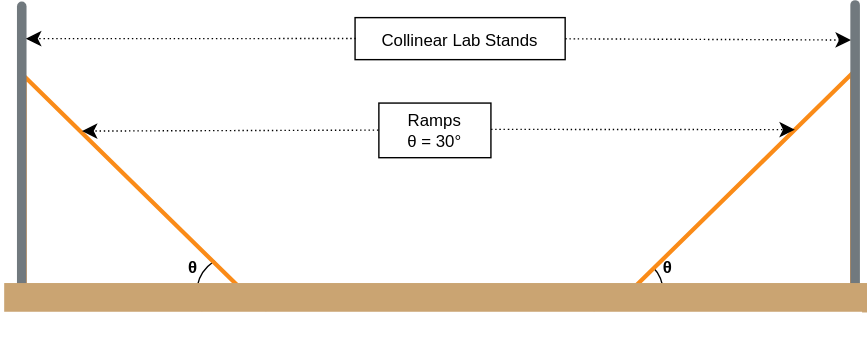
This is laboratory_setup_step2.svg from Z1aaan/physics-experiment-paper, a draw.io export, as it was before one commit. Source tidied: cells renumbered, new cells last; positions are measured from the earlier drawing's top-left corner, leaving out a move shared by most shapes.
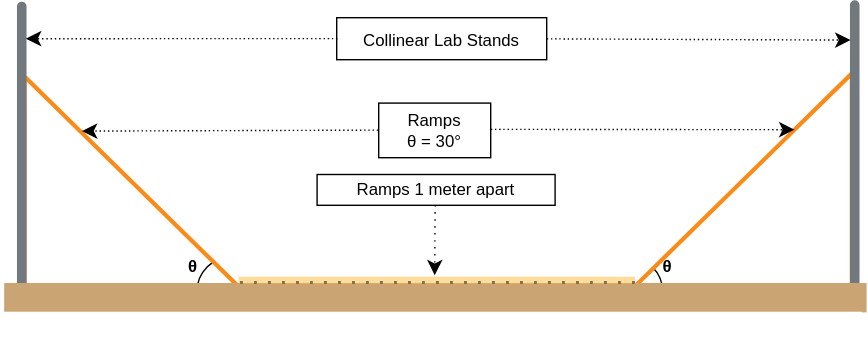
After the change.

Diff of the diagram source:
```diff
@@ -45,7 +45,7 @@
       <mxGeometry x="93" y="210" width="615" height="20" as="geometry" />
     </mxCell>
     <mxCell id="16" value="&lt;font style=&quot;font-size: 12px;&quot;&gt;Collinear Lab Stands&lt;/font&gt;" style="rounded=0;whiteSpace=wrap;html=1;fontSize=16;strokeWidth=1;" parent="1" vertex="1">
-      <mxGeometry x="346" width="150" height="30" as="geometry" />
+      <mxGeometry x="333" width="150" height="30" as="geometry" />
     </mxCell>
     <mxCell id="17" style="endArrow=classic;html=1;rounded=0;fontSize=12;startSize=8;endSize=8;curved=1;exitX=0.003;exitY=0.498;exitDx=0;exitDy=0;exitPerimeter=0;entryX=0.123;entryY=0.064;entryDx=0;entryDy=0;entryPerimeter=0;dashed=1;dashPattern=1 2;" parent="1" edge="1" source="16">
       <mxGeometry relative="1" as="geometry">
@@ -70,5 +70,25 @@
         <mxPoint x="151" y="81" as="targetPoint" />
       </mxGeometry>
     </mxCell>
+    <mxCell id="22" style="group;" parent="1" vertex="1">
+      <mxGeometry x="263" y="185" width="284" height="5" as="geometry" />
+    </mxCell>
+    <mxCell id="23" style="rounded=0;whiteSpace=wrap;html=1;fontSize=16;opacity=50;fillColor=#fbb93c;gradientColor=none;strokeColor=none;" parent="22" vertex="1">
+      <mxGeometry width="283" height="5" as="geometry" />
+    </mxCell>
+    <mxCell id="24" style="endArrow=none;dashed=1;html=1;strokeWidth=2;rounded=0;fontSize=12;startSize=8;endSize=10;labelBorderColor=none;targetPerimeterSpacing=4;sourcePerimeterSpacing=11;opacity=50;dashPattern=1 4;" parent="22" edge="1">
+      <mxGeometry relative="1" as="geometry">
+        <mxPoint x="1" y="4" as="sourcePoint" />
+        <mxPoint x="284" y="4" as="targetPoint" />
+      </mxGeometry>
+    </mxCell>
+    <mxCell id="25" value="Ramps 1 meter apart" style="rounded=0;whiteSpace=wrap;html=1;fontSize=12;strokeColor=default;strokeWidth=1;fontFamily=Arimo;fontSource=https%3A%2F%2Ffonts.googleapis.com%2Fcss%3Ffamily%3DArimo;" parent="1" vertex="1">
+      <mxGeometry x="319" y="112" width="170" height="22" as="geometry" />
+    </mxCell>
+    <mxCell id="26" style="endArrow=classic;html=1;rounded=0;fontSize=12;startSize=8;endSize=8;curved=1;exitX=0.496;exitY=1;exitDx=0;exitDy=0;exitPerimeter=0;dashed=1;dashPattern=1 4;" parent="1" edge="1" source="25">
+      <mxGeometry relative="1" as="geometry">
+        <mxPoint x="403" y="184" as="targetPoint" />
+      </mxGeometry>
+    </mxCell>
   </root>
 </mxGraphModel>
```
